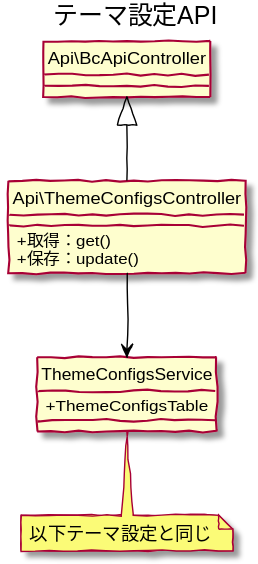
Before: 5/ucmitz/svg/class/bc-theme-config/api_theme_configs.svg, a diagram exported from PlantUML (baserproject/baserproject.github.io). Its source is kept beside it as src/puml/5/ucmitz/svg/class/bc-theme-config/api_theme_configs.puml. The source it was exported from:
```plantuml
@startuml
skinparam handwritten true
skinparam backgroundColor white
hide circle
skinparam classAttributeIconSize 0

title テーマ設定API


class Api\BcApiController {
}

class Api\ThemeConfigsController {
  + 取得：get()
  + 保存：update()
}

class ThemeConfigsService {
  + ThemeConfigsTable
}

Api\ThemeConfigsController -up[#Black]-|> Api\BcApiController
Api\ThemeConfigsController -down[#Black]-> ThemeConfigsService

note "以下テーマ設定と同じ" as note
ThemeConfigsService .. note

@enduml
```
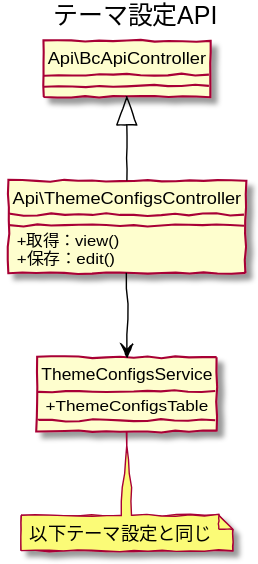
After the change.

Commit message:
テーマ設定設計書を更新

Diff of the diagram source:
```diff
@@ -11,8 +11,8 @@
 }
 
 class Api\ThemeConfigsController {
-  + 取得：get()
-  + 保存：update()
+  + 取得：view()
+  + 保存：edit()
 }
 
 class ThemeConfigsService {
```
